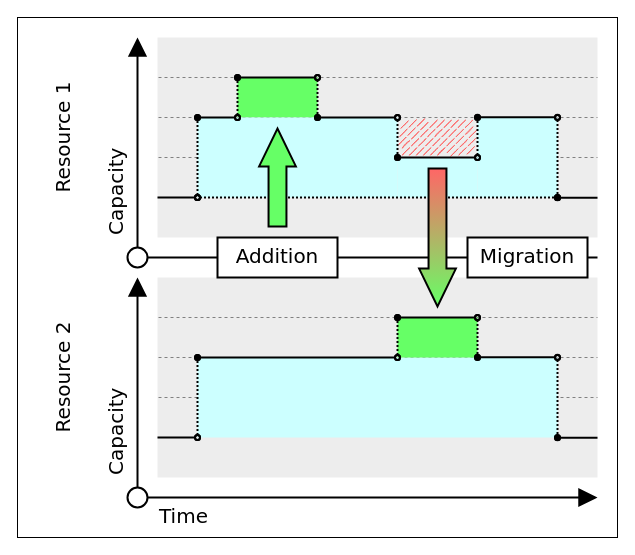
The draw.io diagram page "Changes" (1 of 3) of img/source/Capacities.drawio in Krtiiik/Bottleneck-identification-for-constraint-relaxation-in-resource-constrained-project-scheduling, before the edit. Source tidied: cells renumbered, new cells numbered last; positions are measured from the earlier drawing's top-left corner, leaving out a move shared by most shapes. Both pictures are drawn from the tidied source at 100%, with x=0, y=0 at pixel (17, 17).
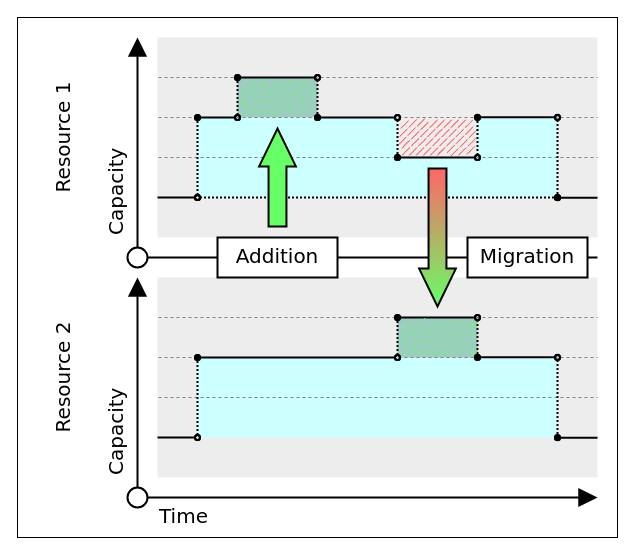
After the change.

Commit message (it also covers changes not shown here):
Update capacities changes diagram

Change to the diagram source:
```diff
@@
+    <mxCell id="57" style="group;" parent="1" vertex="1">
+      <mxGeometry x="180" y="300" width="360" height="120" as="geometry" />
+    </mxCell>
+    <mxCell id="12" style="rounded=0;whiteSpace=wrap;html=1;glass=0;sketch=0;fillStyle=auto;sketchStyle=rough;fontSize=20;strokeColor=none;strokeWidth=1;fillColor=#CCFFFF;gradientColor=none;gradientDirection=north;" parent="57" vertex="1">
+      <mxGeometry y="40" width="360" height="80" as="geometry" />
+    </mxCell>
+    <mxCell id="58" style="rounded=0;whiteSpace=wrap;html=1;fontSize=20;strokeWidth=1;fillColor=#A1C9C9;strokeColor=none;fillStyle=auto;" parent="57" vertex="1">
+      <mxGeometry x="200" width="80" height="40" as="geometry" />
+    </mxCell>
@@
+    <mxCell id="59" style="group;" parent="1" vertex="1">
+      <mxGeometry x="180" y="60" width="360" height="120" as="geometry" />
+    </mxCell>
+    <mxCell id="15" style="rounded=0;whiteSpace=wrap;html=1;fontSize=20;strokeWidth=1;fillColor=#A1C9C9;strokeColor=none;fillStyle=auto;" parent="59" vertex="1">
+      <mxGeometry x="40" width="80" height="40" as="geometry" />
+    </mxCell>
+    <mxCell id="17" style="rounded=0;whiteSpace=wrap;html=1;glass=0;sketch=0;fillStyle=auto;sketchStyle=rough;fontSize=20;strokeColor=none;strokeWidth=1;fillColor=#CCFFFF;gradientColor=none;gradientDirection=north;" parent="59" vertex="1">
+      <mxGeometry y="40" width="200" height="80" as="geometry" />
+    </mxCell>
+    <mxCell id="18" style="rounded=0;whiteSpace=wrap;html=1;glass=0;sketch=0;fillStyle=auto;sketchStyle=rough;fontSize=20;strokeColor=none;strokeWidth=1;fillColor=#CCFFFF;gradientColor=none;gradientDirection=north;" parent="59" vertex="1">
+      <mxGeometry x="200" y="80" width="80" height="40" as="geometry" />
+    </mxCell>
+    <mxCell id="19" style="rounded=0;whiteSpace=wrap;html=1;glass=0;sketch=0;fillStyle=auto;sketchStyle=rough;fontSize=20;strokeColor=none;strokeWidth=1;fillColor=#CCFFFF;gradientColor=none;gradientDirection=north;" parent="59" vertex="1">
+      <mxGeometry x="280" y="40" width="80" height="80" as="geometry" />
+    </mxCell>
@@
-    <mxCell id="12" style="rounded=0;whiteSpace=wrap;html=1;glass=0;sketch=0;fillStyle=auto;sketchStyle=rough;fontSize=20;strokeColor=none;strokeWidth=1;fillColor=#CCFFFF;gradientColor=none;gradientDirection=north;" parent="1" vertex="1">
-      <mxGeometry x="180" y="340" width="360" height="80" as="geometry" />
-    </mxCell>
@@
-    <mxCell id="14" style="rounded=0;whiteSpace=wrap;html=1;fontSize=20;strokeWidth=1;fillColor=#66FF66;strokeColor=none;fillStyle=auto;" parent="1" vertex="1">
-      <mxGeometry x="380" y="300" width="80" height="40" as="geometry" />
-    </mxCell>
-    <mxCell id="15" style="rounded=0;whiteSpace=wrap;html=1;fontSize=20;strokeWidth=1;fillColor=#66FF66;strokeColor=none;fillStyle=auto;" parent="1" vertex="1">
-      <mxGeometry x="220" y="60" width="80" height="40" as="geometry" />
-    </mxCell>
-    <mxCell id="16" style="group;strokeColor=none;" parent="1" vertex="1">
-      <mxGeometry x="180" y="100" width="360" height="80" as="geometry" />
-    </mxCell>
-    <mxCell id="17" style="rounded=0;whiteSpace=wrap;html=1;glass=0;sketch=0;fillStyle=auto;sketchStyle=rough;fontSize=20;strokeColor=none;strokeWidth=1;fillColor=#CCFFFF;gradientColor=none;gradientDirection=north;" parent="16" vertex="1">
-      <mxGeometry width="200" height="80" as="geometry" />
-    </mxCell>
-    <mxCell id="18" style="rounded=0;whiteSpace=wrap;html=1;glass=0;sketch=0;fillStyle=auto;sketchStyle=rough;fontSize=20;strokeColor=none;strokeWidth=1;fillColor=#CCFFFF;gradientColor=none;gradientDirection=north;" parent="16" vertex="1">
-      <mxGeometry x="200" y="40" width="80" height="40" as="geometry" />
-    </mxCell>
-    <mxCell id="19" style="rounded=0;whiteSpace=wrap;html=1;glass=0;sketch=0;fillStyle=auto;sketchStyle=rough;fontSize=20;strokeColor=none;strokeWidth=1;fillColor=#CCFFFF;gradientColor=none;gradientDirection=north;" parent="16" vertex="1">
-      <mxGeometry x="280" width="80" height="80" as="geometry" />
-    </mxCell>
+    <mxCell id="60" style="rounded=0;whiteSpace=wrap;html=1;fontSize=20;strokeWidth=1;fillColor=#66FF66;strokeColor=none;gradientColor=none;gradientDirection=north;sketch=1;sketchStyle=rough;fillStyle=dashed;perimeterSpacing=0;labelBackgroundColor=none;disableMultiStroke=0;disableMultiStrokeFill=0;dashOffset=10;dashGap=3;hachureGap=5;fillWeight=1;hachureAngle=-45;curveFitting=-1;simplification=1;zigzagOffset=-10;" parent="1" vertex="1">
+      <mxGeometry x="220" y="60" width="80" height="40" as="geometry" />
+    </mxCell>
@@
+    <mxCell id="61" style="rounded=0;whiteSpace=wrap;html=1;fontSize=20;strokeWidth=1;fillColor=#66FF66;strokeColor=none;gradientColor=none;gradientDirection=north;sketch=1;sketchStyle=rough;fillStyle=dashed;perimeterSpacing=0;labelBackgroundColor=none;disableMultiStroke=0;disableMultiStrokeFill=0;dashOffset=10;dashGap=3;hachureGap=5;fillWeight=1;hachureAngle=-45;curveFitting=-1;simplification=1;zigzagOffset=-10;" parent="1" vertex="1">
+      <mxGeometry x="380" y="300" width="80" height="40" as="geometry" />
+    </mxCell>
```
